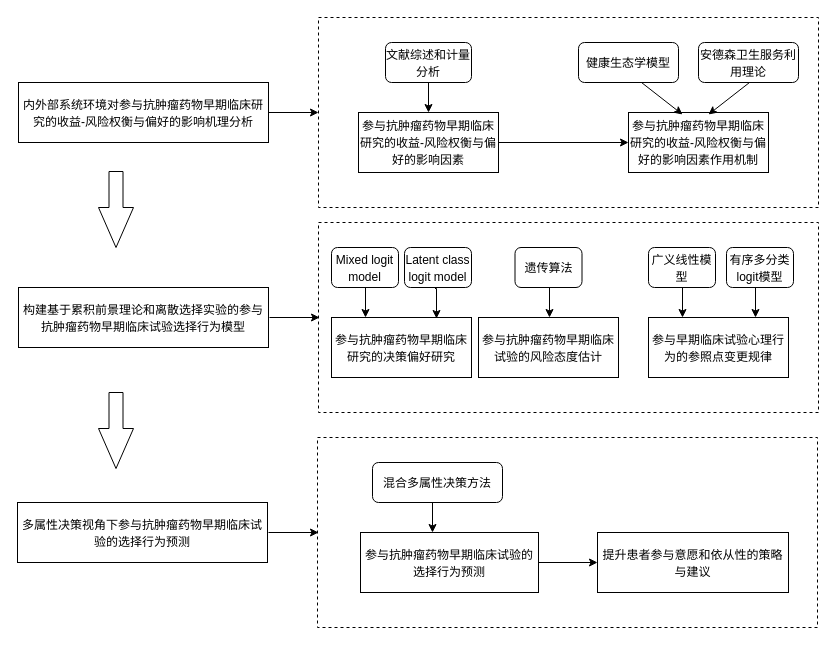
Above: 总体流程图.drawio in linger9085/hello-world (draw.io), before the change. Source tidied: cells renumbered, new cells numbered last; positions are measured from the earlier drawing's top-left corner, leaving out a move shared by most shapes. Both pictures are drawn from the tidied source at 100%, with x=0, y=0 at pixel (17, 17).
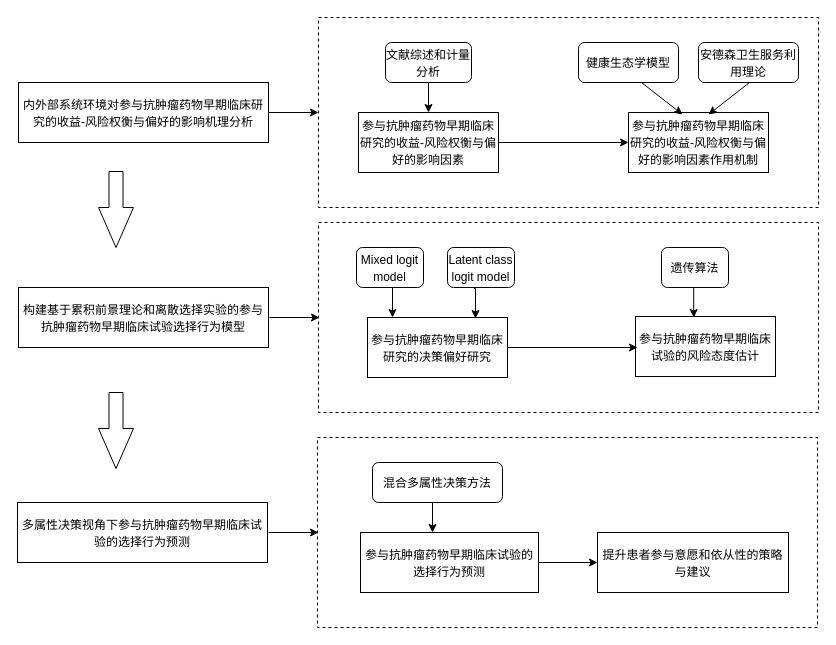
Above is the later version.

Commit message:
更新总体流程图.drawio

Change to the diagram source:
```diff
@@
     <mxCell id="17" style="edgeStyle=orthogonalEdgeStyle;rounded=0;orthogonalLoop=1;jettySize=auto;html=1;entryX=0.25;entryY=0;entryDx=0;entryDy=0;" parent="1" edge="1">
       <mxGeometry relative="1" as="geometry">
-        <mxPoint x="346.5" y="270" as="sourcePoint" />
-        <mxPoint x="348" y="300" as="targetPoint" />
+        <mxPoint x="373.5" y="270" as="sourcePoint" />
+        <mxPoint x="375" y="300" as="targetPoint" />
       </mxGeometry>
     </mxCell>
     <mxCell id="18" value="&lt;span style=&quot;font-size: 12px;&quot;&gt;Mixed logit model&lt;/span&gt;" style="rounded=1;whiteSpace=wrap;html=1;fontSize=14;" parent="1" vertex="1">
-      <mxGeometry x="314" y="230" width="67" height="40" as="geometry" />
+      <mxGeometry x="339" y="230" width="67" height="40" as="geometry" />
     </mxCell>
     <mxCell id="19" value="&lt;font style=&quot;font-size: 12px;&quot;&gt;参与抗肿瘤药物早期临床研究的决策偏好研究&lt;/font&gt;" style="rounded=0;whiteSpace=wrap;html=1;fontSize=14;" parent="1" vertex="1">
-      <mxGeometry x="314" y="300" width="140" height="60" as="geometry" />
+      <mxGeometry x="350" y="300" width="140" height="60" as="geometry" />
     </mxCell>
-    <mxCell id="20" value="&lt;span style=&quot;font-size: 12px;&quot;&gt;参与早期临床试验心理行为的参照点变更规律&lt;/span&gt;" style="rounded=0;whiteSpace=wrap;html=1;fontSize=14;" parent="1" vertex="1">
-      <mxGeometry x="631" y="300" width="140" height="60" as="geometry" />
-    </mxCell>
@@
     <mxCell id="22" value="&lt;span style=&quot;font-size: 12px;&quot;&gt;参与抗肿瘤药物早期临床试验的风险态度估计&lt;/span&gt;" style="rounded=0;whiteSpace=wrap;html=1;fontSize=14;" parent="1" vertex="1">
-      <mxGeometry x="461" y="300" width="140" height="60" as="geometry" />
+      <mxGeometry x="618" y="299" width="140" height="60" as="geometry" />
     </mxCell>
     <mxCell id="23" value="&lt;span style=&quot;&quot; lang=&quot;EN-US&quot;&gt;&lt;font style=&quot;font-size: 12px;&quot;&gt;Latent class logit model&lt;/font&gt;&lt;/span&gt;" style="rounded=1;whiteSpace=wrap;html=1;fontSize=14;" parent="1" vertex="1">
-      <mxGeometry x="387" y="230" width="67" height="40" as="geometry" />
+      <mxGeometry x="430" y="230" width="67" height="40" as="geometry" />
     </mxCell>
     <mxCell id="24" style="edgeStyle=orthogonalEdgeStyle;rounded=0;orthogonalLoop=1;jettySize=auto;html=1;entryX=0.25;entryY=0;entryDx=0;entryDy=0;" parent="1" edge="1">
       <mxGeometry relative="1" as="geometry">
-        <mxPoint x="417.5" y="271" as="sourcePoint" />
-        <mxPoint x="419" y="301" as="targetPoint" />
+        <mxPoint x="456.5" y="271" as="sourcePoint" />
+        <mxPoint x="458" y="301" as="targetPoint" />
       </mxGeometry>
     </mxCell>
     <mxCell id="25" value="&lt;font style=&quot;font-size: 12px;&quot;&gt;遗传算法&lt;/font&gt;" style="rounded=1;whiteSpace=wrap;html=1;fontSize=14;" parent="1" vertex="1">
-      <mxGeometry x="497.5" y="230" width="67" height="40" as="geometry" />
+      <mxGeometry x="644" y="230" width="67" height="40" as="geometry" />
     </mxCell>
     <mxCell id="26" style="edgeStyle=orthogonalEdgeStyle;rounded=0;orthogonalLoop=1;jettySize=auto;html=1;entryX=0.25;entryY=0;entryDx=0;entryDy=0;" parent="1" edge="1">
       <mxGeometry relative="1" as="geometry">
-        <mxPoint x="530.5" y="270" as="sourcePoint" />
-        <mxPoint x="532" y="300" as="targetPoint" />
+        <mxPoint x="674.8" y="270" as="sourcePoint" />
+        <mxPoint x="676.2" y="300" as="targetPoint" />
       </mxGeometry>
     </mxCell>
-    <mxCell id="27" style="edgeStyle=orthogonalEdgeStyle;rounded=0;orthogonalLoop=1;jettySize=auto;html=1;entryX=0.25;entryY=0;entryDx=0;entryDy=0;" parent="1" edge="1">
-      <mxGeometry relative="1" as="geometry">
-        <mxPoint x="663.5" y="270" as="sourcePoint" />
-        <mxPoint x="665" y="300" as="targetPoint" />
-      </mxGeometry>
-    </mxCell>
-    <mxCell id="28" value="&lt;font style=&quot;font-size: 12px;&quot;&gt;广义线性模型&lt;/font&gt;" style="rounded=1;whiteSpace=wrap;html=1;fontSize=14;" parent="1" vertex="1">
-      <mxGeometry x="631" y="230" width="67" height="40" as="geometry" />
-    </mxCell>
-    <mxCell id="29" value="&lt;font style=&quot;font-size: 12px;&quot;&gt;有序多分类logit模型&lt;/font&gt;" style="rounded=1;whiteSpace=wrap;html=1;fontSize=14;" parent="1" vertex="1">
-      <mxGeometry x="709" y="230" width="67" height="40" as="geometry" />
-    </mxCell>
-    <mxCell id="30" style="edgeStyle=orthogonalEdgeStyle;rounded=0;orthogonalLoop=1;jettySize=auto;html=1;entryX=0.25;entryY=0;entryDx=0;entryDy=0;" parent="1" edge="1">
-      <mxGeometry relative="1" as="geometry">
-        <mxPoint x="736.5" y="270" as="sourcePoint" />
-        <mxPoint x="738" y="300" as="targetPoint" />
-      </mxGeometry>
-    </mxCell>
@@
+    <mxCell id="40" style="edgeStyle=orthogonalEdgeStyle;rounded=0;orthogonalLoop=1;jettySize=auto;html=1;entryX=0;entryY=0.5;entryDx=0;entryDy=0;" parent="1" edge="1">
+      <mxGeometry relative="1" as="geometry">
+        <mxPoint x="490" y="330" as="sourcePoint" />
+        <mxPoint x="620" y="330" as="targetPoint" />
+      </mxGeometry>
+    </mxCell>
```
